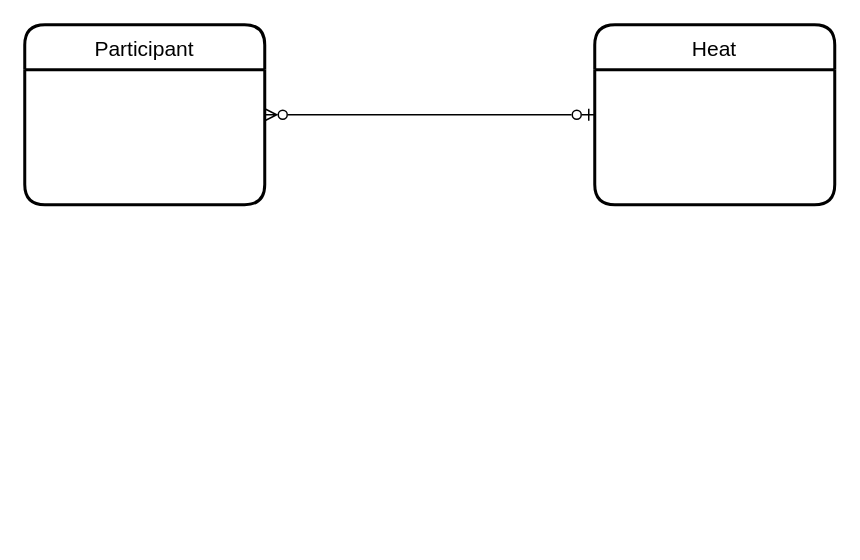
terjetopland/Merke keeps this draw.io diagram as page "Models" (2 of 2) of ProcessFlowDiagr.drawio. Above is the earlier version. Source tidied: cells renumbered, new cells numbered last; positions are measured from the earlier drawing's top-left corner, leaving out a move shared by most shapes. Both pictures are drawn from the tidied source at 150%, with x=0, y=0 at pixel (24, 24).
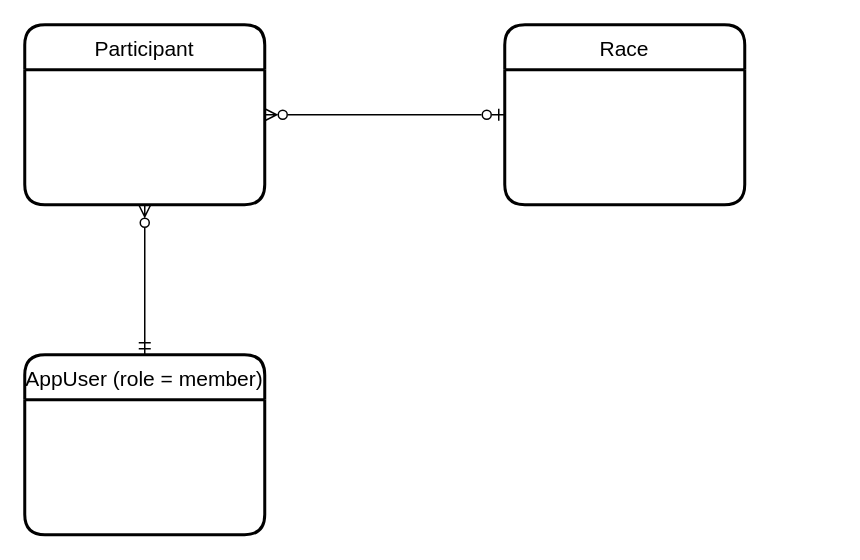
The same page after the edit.

Change to the diagram source:
```diff
@@
 <mxGraphModel>
   <root>
     <mxCell id="0" />
     <mxCell id="1" parent="0" />
     <mxCell id="2" style="edgeStyle=orthogonalEdgeStyle;curved=1;rounded=0;jettySize=auto;html=1;entryX=0;entryY=0.5;entryDx=0;entryDy=0;elbow=vertical;endArrow=ERzeroToOne;endFill=0;startArrow=ERzeroToMany;startFill=0;" parent="1" edge="1" source="3" target="4">
       <mxGeometry relative="1" as="geometry" />
     </mxCell>
     <mxCell id="3" value="Participant" style="swimlane;horizontal=1;startSize=30;rounded=1;fontSize=14;fontStyle=0;strokeWidth=2;shadow=0;dashed=0;align=center;" parent="1" vertex="1">
       <mxGeometry width="160" height="120" as="geometry" />
     </mxCell>
-    <mxCell id="4" value="Heat" style="swimlane;horizontal=1;startSize=30;rounded=1;fontSize=14;fontStyle=0;strokeWidth=2;shadow=0;dashed=0;align=center;" parent="1" vertex="1">
-      <mxGeometry x="380" width="160" height="120" as="geometry" />
+    <mxCell id="4" value="Race" style="swimlane;horizontal=1;startSize=30;rounded=1;fontSize=14;fontStyle=0;strokeWidth=2;shadow=0;dashed=0;align=center;" parent="1" vertex="1">
+      <mxGeometry x="320" width="160" height="120" as="geometry" />
     </mxCell>
+    <mxCell id="5" style="edgeStyle=orthogonalEdgeStyle;rounded=0;jettySize=auto;html=1;entryX=0.5;entryY=1;entryDx=0;entryDy=0;startArrow=ERmandOne;startFill=0;endArrow=ERzeroToMany;endFill=0;" parent="1" edge="1" source="6" target="3">
+      <mxGeometry relative="1" as="geometry" />
+    </mxCell>
+    <mxCell id="6" value="AppUser (role = member)" style="swimlane;horizontal=1;startSize=30;rounded=1;fontSize=14;fontStyle=0;strokeWidth=2;shadow=0;dashed=0;align=center;" parent="1" vertex="1">
+      <mxGeometry y="220" width="160" height="120" as="geometry" />
+    </mxCell>
   </root>
 </mxGraphModel>
```
